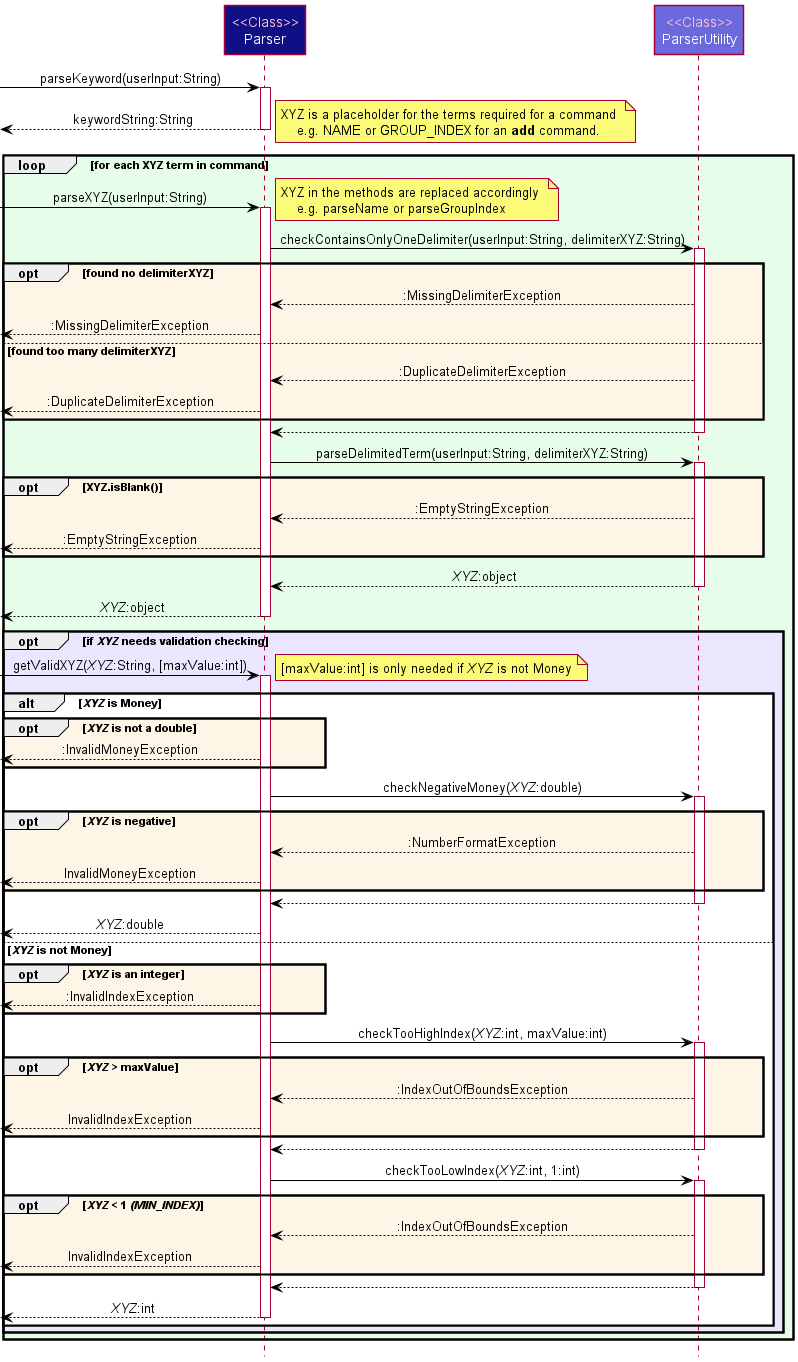
This is docs/images/ParserSequenceDiagram0.png from nus-cs2113-AY2122S2/tp, a PlantUML export, as it was before one commit.
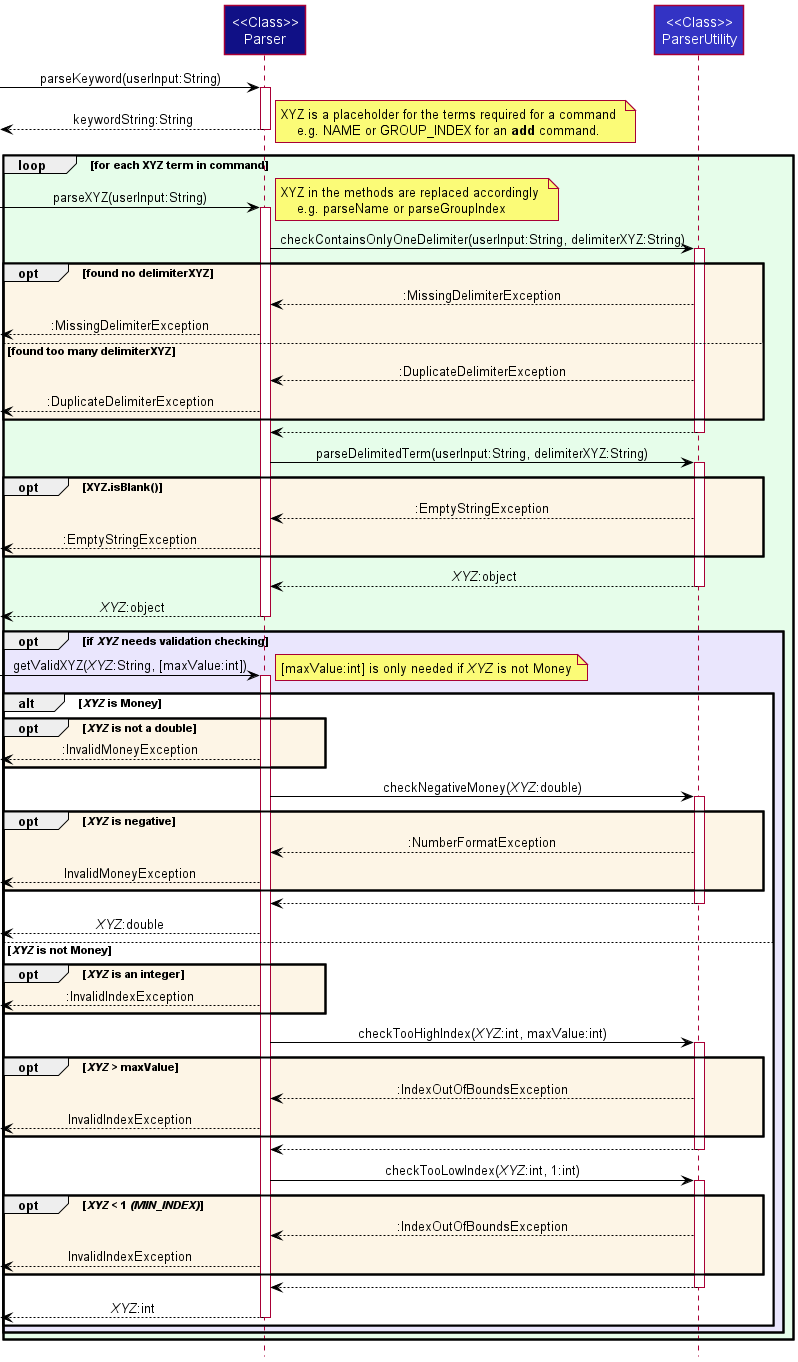
Above is the later version.

What changed in the source:
```diff
@@ -4,15 +4,15 @@
 skinparam noteTextAlignment left
 
 
-Participant "<color:pink><<Class>>\nParser" as Parser LOGIC_COLOR_T4
-Participant "<color:pink><<Class>>\nParserUtility" as UParser LOGIC_COLOR_T2
+Participant "<<Class>>\nParser" as Parser LOGIC_COLOR
+Participant "<<Class>>\nParserUtility" as UParser LOGIC_COLOR_T1
 
 [-> Parser : parseKeyword(userInput:String)
 activate Parser
 Parser -->[ : keywordString:String
 deactivate Parser
 
-loop #e6fdea for each XYZ term in command
+loop LOOP_COLOR for each XYZ term in command
     note right : XYZ is a placeholder for the terms required for a command \n    e.g. NAME or GROUP_INDEX for an **add** command.
 
     [-> Parser : parseXYZ(userInput:String)
@@ -22,7 +22,7 @@
 
     Parser -> UParser : checkContainsOnlyOneDelimiter(userInput:String, delimiterXYZ:String)
     activate UParser
-    opt #OldLace found no delimiterXYZ
+    opt OPT_COLOR found no delimiterXYZ
         UParser --> Parser : :MissingDelimiterException
         Parser -->[ : :MissingDelimiterException
     else found too many delimiterXYZ
@@ -34,7 +34,7 @@
 
     Parser -> UParser : parseDelimitedTerm(userInput:String, delimiterXYZ:String)
     activate UParser
-    opt #OldLace XYZ.isBlank()
+    opt OPT_COLOR XYZ.isBlank()
         UParser --> Parser : :EmptyStringException
         Parser -->[ : :EmptyStringException
     end opt
@@ -44,20 +44,20 @@
     Parser -->[ : //XYZ//:object
     deactivate Parser
 
-    opt #eae6fd if //XYZ// needs validation checking
+    opt OPT_COLOR_T1 if //XYZ// needs validation checking
         [-> Parser : getValidXYZ(//XYZ//:String, [maxValue:int])
         note right : [maxValue:int] is only needed if //XYZ// is not Money
         activate Parser
 
         alt //XYZ// is Money
 
-            opt #OldLace //XYZ// is not a double
+            opt OPT_COLOR //XYZ// is not a double
                 Parser -->[ : :InvalidMoneyException
             end opt
 
             Parser -> UParser : checkNegativeMoney(//XYZ//:double)
             activate UParser
-            opt #OldLace //XYZ// is negative
+            opt OPT_COLOR //XYZ// is negative
                 UParser --> Parser : :NumberFormatException
                 Parser -->[ :InvalidMoneyException
             end opt
@@ -68,13 +68,13 @@
 
         else //XYZ// is not Money
 
-            opt #OldLace //XYZ// is an integer
+            opt OPT_COLOR //XYZ// is an integer
                 Parser -->[ : :InvalidIndexException
             end opt
 
             Parser -> UParser : checkTooHighIndex(//XYZ//:int, maxValue:int)
             activate UParser
-            opt #OldLace //XYZ// > maxValue
+            opt OPT_COLOR //XYZ// > maxValue
                 UParser --> Parser : :IndexOutOfBoundsException
                 Parser -->[ :InvalidIndexException
             end opt
@@ -83,7 +83,7 @@
 
             Parser -> UParser : checkTooLowIndex(//XYZ//:int, 1:int)
             activate UParser
-            opt #OldLace //XYZ// < 1 //(MIN_INDEX)//
+            opt OPT_COLOR //XYZ// < 1 //(MIN_INDEX)//
                 UParser --> Parser : :IndexOutOfBoundsException
                 Parser -->[ :InvalidIndexException
             end opt
```
